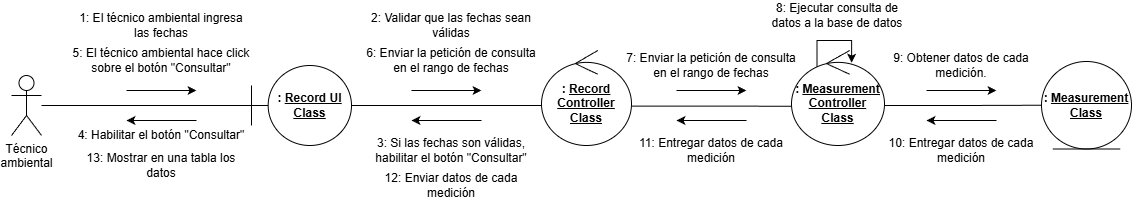
This is docs/Diagramas/Imagen/ConsultarHistorialCD.png from cataaap24/LaVenturosa, a draw.io export, as it was before one commit. Source tidied: cells renumbered, new cells last; positions are measured from the earlier drawing's top-left corner, leaving out a move shared by most shapes.
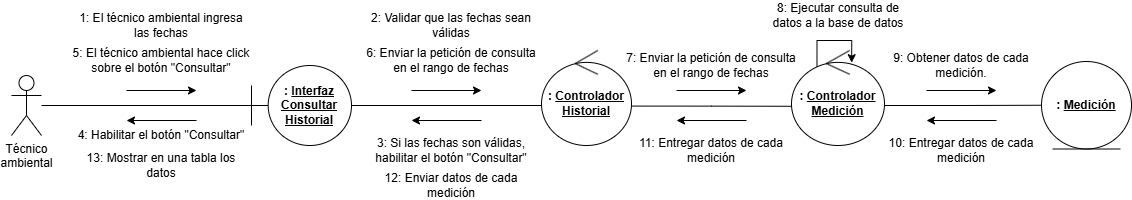
After the change.

Change to the diagram source:
```diff
@@ -5,7 +5,7 @@
     <mxCell id="2" value="Técnico&lt;div&gt;ambiental&lt;/div&gt;" style="shape=umlActor;verticalLabelPosition=bottom;verticalAlign=top;html=1;outlineConnect=0;" parent="1" vertex="1">
       <mxGeometry y="75" width="30" height="60" as="geometry" />
     </mxCell>
-    <mxCell id="3" value="&lt;b&gt;: &lt;u&gt;Record UI&lt;/u&gt;&lt;/b&gt;&lt;div&gt;&lt;b&gt;&lt;u&gt;Class&lt;/u&gt;&lt;/b&gt;&lt;/div&gt;" style="shape=umlBoundary;whiteSpace=wrap;html=1;" parent="1" vertex="1">
+    <mxCell id="3" value="&lt;b&gt;: &lt;u&gt;Interfaz Consultar Historial&lt;/u&gt;&lt;br&gt;&lt;/b&gt;" style="shape=umlBoundary;whiteSpace=wrap;html=1;" parent="1" vertex="1">
       <mxGeometry x="240" y="65" width="100" height="80" as="geometry" />
     </mxCell>
     <mxCell id="4" style="edgeStyle=orthogonalEdgeStyle;rounded=0;jettySize=auto;html=1;entryX=0.001;entryY=0.5;entryDx=0;entryDy=0;entryPerimeter=0;endArrow=none;endFill=0;" parent="1" edge="1" source="2" target="3">
@@ -20,7 +20,7 @@
     <mxCell id="6" value="1: El técnico ambiental ingresa las fechas" style="text;html=1;whiteSpace=wrap;strokeColor=none;fillColor=none;align=center;verticalAlign=middle;rounded=0;" parent="1" vertex="1">
       <mxGeometry x="60" y="10" width="180" height="30" as="geometry" />
     </mxCell>
-    <mxCell id="7" value="&lt;b&gt;: &lt;u&gt;Record&lt;/u&gt;&lt;/b&gt;&lt;div&gt;&lt;b&gt;&lt;u&gt;Controller Class&lt;/u&gt;&lt;/b&gt;&lt;/div&gt;" style="ellipse;shape=umlControl;whiteSpace=wrap;html=1;" parent="1" vertex="1">
+    <mxCell id="7" value="&lt;b&gt;: &lt;u&gt;Controlador Historial&lt;/u&gt;&lt;/b&gt;" style="ellipse;shape=umlControl;whiteSpace=wrap;html=1;" parent="1" vertex="1">
       <mxGeometry x="530" y="50" width="90" height="95" as="geometry" />
     </mxCell>
     <mxCell id="8" style="edgeStyle=orthogonalEdgeStyle;rounded=0;jettySize=auto;html=1;entryX=0;entryY=0.579;entryDx=0;entryDy=0;entryPerimeter=0;endArrow=none;endFill=0;" parent="1" edge="1" source="3" target="7">
@@ -67,10 +67,10 @@
         </Array>
       </mxGeometry>
     </mxCell>
-    <mxCell id="18" value="&lt;b&gt;: &lt;u&gt;Measurement Controller Class&lt;/u&gt;&lt;/b&gt;" style="ellipse;shape=umlControl;whiteSpace=wrap;html=1;" parent="1" vertex="1">
+    <mxCell id="18" value="&lt;b&gt;: &lt;u&gt;Controlador Medición&lt;/u&gt;&lt;/b&gt;" style="ellipse;shape=umlControl;whiteSpace=wrap;html=1;" parent="1" vertex="1">
       <mxGeometry x="780" y="50" width="93" height="95" as="geometry" />
     </mxCell>
-    <mxCell id="19" value="&lt;b&gt;: &lt;u&gt;Measurement&lt;/u&gt;&lt;/b&gt;&lt;div&gt;&lt;b&gt;&lt;u&gt;Class&lt;/u&gt;&lt;/b&gt;&lt;/div&gt;" style="ellipse;shape=umlEntity;whiteSpace=wrap;html=1;" parent="1" vertex="1">
+    <mxCell id="19" value="&lt;b&gt;: &lt;u&gt;Medición&lt;/u&gt;&lt;/b&gt;" style="ellipse;shape=umlEntity;whiteSpace=wrap;html=1;" parent="1" vertex="1">
       <mxGeometry x="1030" y="61" width="90" height="87.5" as="geometry" />
     </mxCell>
     <mxCell id="20" style="edgeStyle=orthogonalEdgeStyle;rounded=0;jettySize=auto;html=1;entryX=-0.002;entryY=0.587;entryDx=0;entryDy=0;entryPerimeter=0;exitX=1.001;exitY=0.585;exitDx=0;exitDy=0;exitPerimeter=0;endArrow=none;endFill=0;" parent="1" edge="1" source="7" target="18">
```
